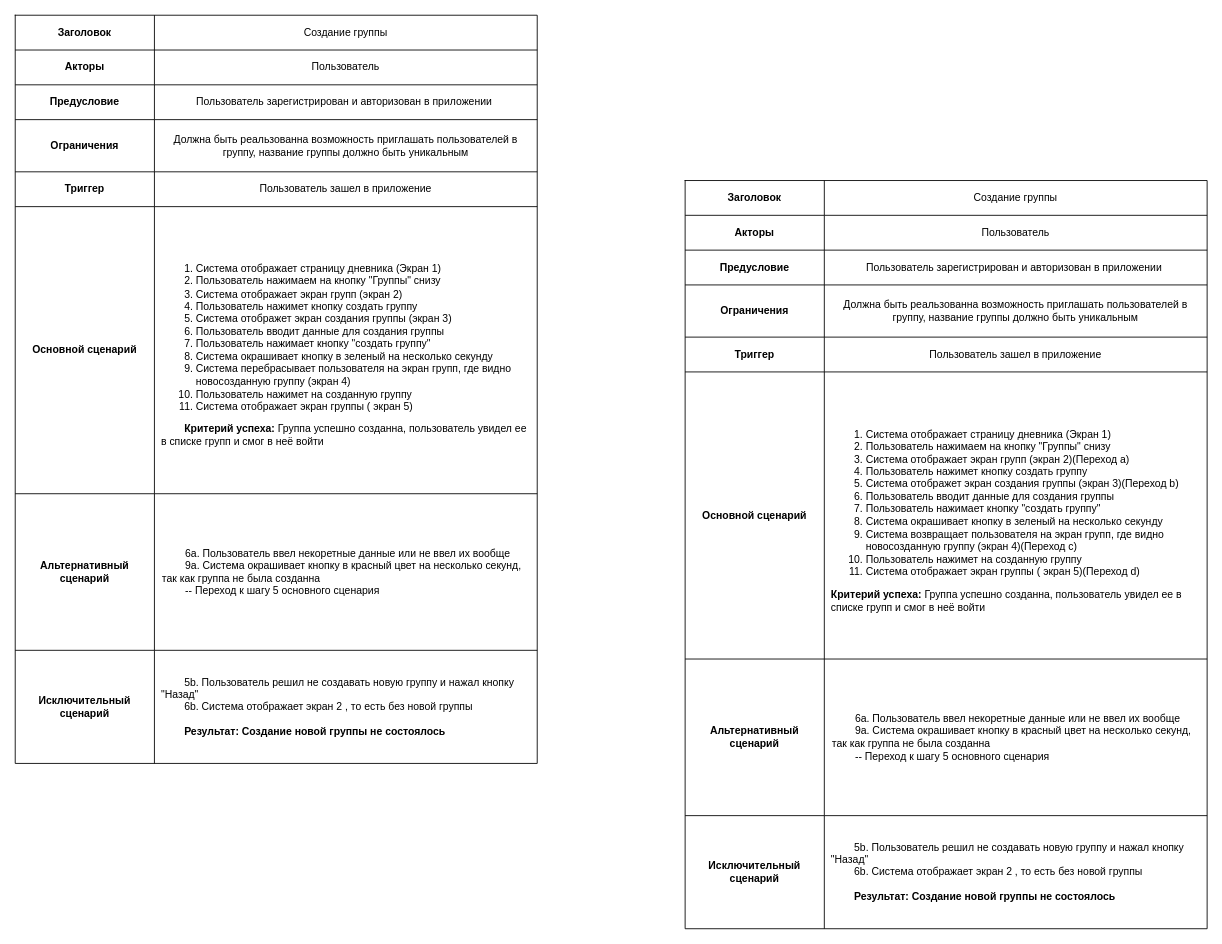
This is Panov_Alexandr/use case.drawio from abdullahproff/BSA21_1, a draw.io file, before an edit. Source tidied: cells renumbered, new cells numbered last; positions are measured from the earlier drawing's top-left corner, leaving out a move shared by most shapes. Both pictures are drawn from the tidied source at 87%, with x=0, y=0 at pixel (15, 15).
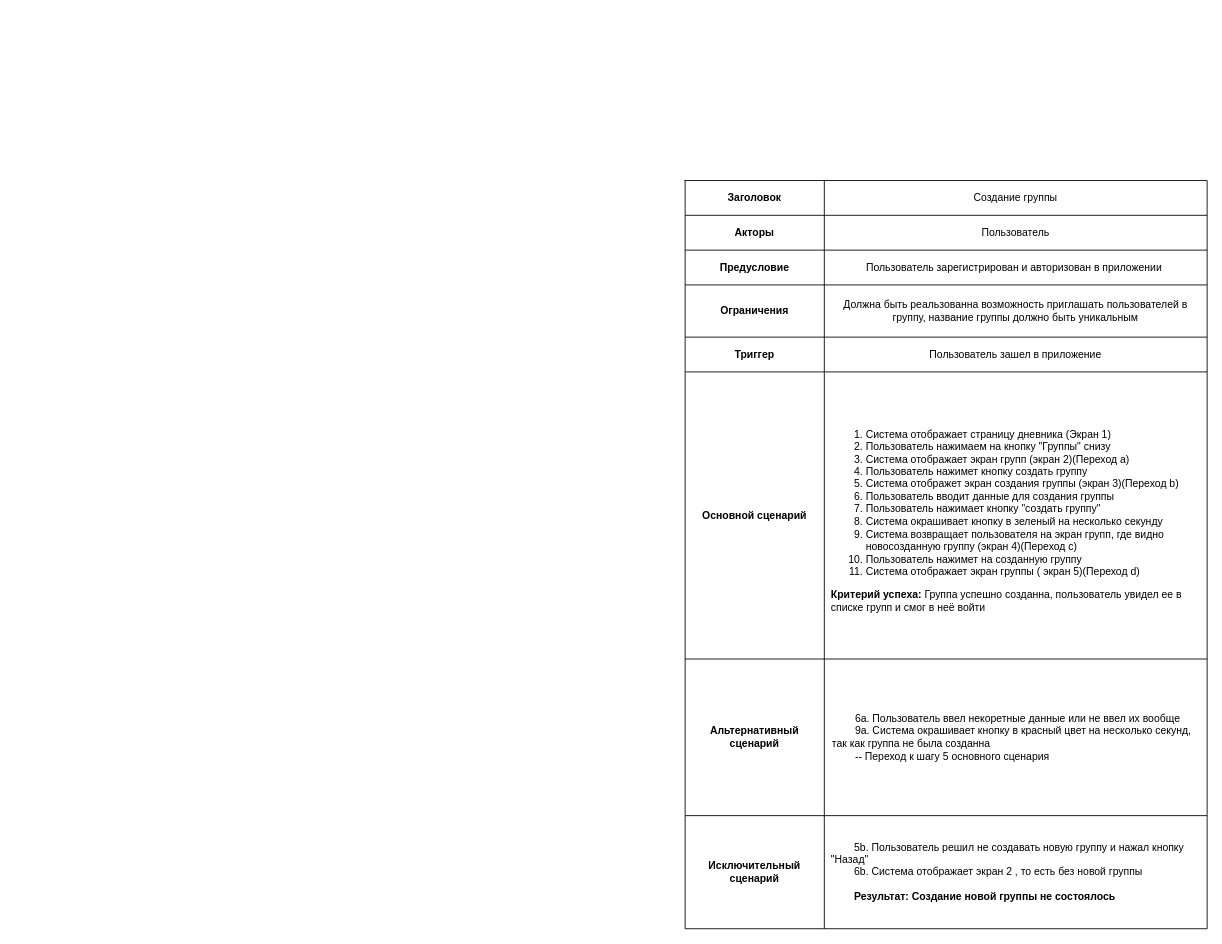
The same page after the edit.

Commit message (it also covers changes not shown here):
Panov chchc

What changed in the source:
```diff
@@
-    <mxCell id="2" style="shape=table;startSize=0;childLayout=tableLayout;" parent="1" vertex="1">
-      <mxGeometry width="600" height="860" as="geometry" />
-    </mxCell>
-    <mxCell id="3" style="shape=tableRow;horizontal=0;startSize=0;swimlaneHead=0;swimlaneBody=0;strokeColor=inherit;top=0;left=0;bottom=0;right=0;fillColor=none;" parent="2" vertex="1">
-      <mxGeometry width="600" height="40" as="geometry" />
-    </mxCell>
-    <mxCell id="4" value="&lt;b&gt;Заголовок&lt;/b&gt;" style="shape=partialRectangle;html=1;whiteSpace=wrap;strokeColor=inherit;overflow=hidden;fillColor=none;top=0;left=0;bottom=0;right=0;" parent="3" vertex="1">
-      <mxGeometry width="160" height="40" as="geometry" />
-    </mxCell>
-    <mxCell id="5" value="Создание группы" style="shape=partialRectangle;html=1;whiteSpace=wrap;strokeColor=inherit;overflow=hidden;fillColor=none;top=0;left=0;bottom=0;right=0;spacingLeft=7;spacingRight=7;" parent="3" vertex="1">
-      <mxGeometry x="160" width="440" height="40" as="geometry" />
-    </mxCell>
-    <mxCell id="6" style="shape=tableRow;horizontal=0;startSize=0;swimlaneHead=0;swimlaneBody=0;strokeColor=inherit;top=0;left=0;bottom=0;right=0;fillColor=none;" parent="2" vertex="1">
-      <mxGeometry y="40" width="600" height="40" as="geometry" />
-    </mxCell>
-    <mxCell id="7" value="&lt;b&gt;Акторы&lt;/b&gt;" style="shape=partialRectangle;html=1;whiteSpace=wrap;strokeColor=inherit;overflow=hidden;fillColor=none;top=0;left=0;bottom=0;right=0;" parent="6" vertex="1">
-      <mxGeometry width="160" height="40" as="geometry" />
-    </mxCell>
-    <mxCell id="8" value="Пользователь" style="shape=partialRectangle;html=1;whiteSpace=wrap;strokeColor=inherit;overflow=hidden;fillColor=none;top=0;left=0;bottom=0;right=0;spacingLeft=7;spacingRight=7;" parent="6" vertex="1">
-      <mxGeometry x="160" width="440" height="40" as="geometry" />
-    </mxCell>
-    <mxCell id="9" style="shape=tableRow;horizontal=0;startSize=0;swimlaneHead=0;swimlaneBody=0;strokeColor=inherit;top=0;left=0;bottom=0;right=0;fillColor=none;" parent="2" vertex="1">
-      <mxGeometry y="80" width="600" height="40" as="geometry" />
-    </mxCell>
-    <mxCell id="10" value="&lt;b&gt;Предусловие&lt;/b&gt;" style="shape=partialRectangle;html=1;whiteSpace=wrap;strokeColor=inherit;overflow=hidden;fillColor=none;top=0;left=0;bottom=0;right=0;" parent="9" vertex="1">
-      <mxGeometry width="160" height="40" as="geometry" />
-    </mxCell>
-    <mxCell id="11" value="Пользователь зарегистрирован и авторизован в приложении&amp;nbsp;" style="shape=partialRectangle;html=1;whiteSpace=wrap;strokeColor=inherit;overflow=hidden;fillColor=none;top=0;left=0;bottom=0;right=0;spacingLeft=7;spacingRight=7;" parent="9" vertex="1">
-      <mxGeometry x="160" width="440" height="40" as="geometry" />
-    </mxCell>
-    <mxCell id="12" style="shape=tableRow;horizontal=0;startSize=0;swimlaneHead=0;swimlaneBody=0;strokeColor=inherit;top=0;left=0;bottom=0;right=0;fillColor=none;" parent="2" vertex="1">
-      <mxGeometry y="120" width="600" height="60" as="geometry" />
-    </mxCell>
-    <mxCell id="13" value="&lt;b&gt;Ограничения&lt;/b&gt;" style="shape=partialRectangle;html=1;whiteSpace=wrap;strokeColor=inherit;overflow=hidden;fillColor=none;top=0;left=0;bottom=0;right=0;" parent="12" vertex="1">
-      <mxGeometry width="160" height="60" as="geometry" />
-    </mxCell>
-    <mxCell id="14" value="Должна быть реальзованна возможность приглашать пользователей в группу, название группы должно быть уникальным" style="shape=partialRectangle;html=1;whiteSpace=wrap;strokeColor=inherit;overflow=hidden;fillColor=none;top=0;left=0;bottom=0;right=0;spacingLeft=7;spacingRight=7;" parent="12" vertex="1">
-      <mxGeometry x="160" width="440" height="60" as="geometry" />
-    </mxCell>
-    <mxCell id="15" style="shape=tableRow;horizontal=0;startSize=0;swimlaneHead=0;swimlaneBody=0;strokeColor=inherit;top=0;left=0;bottom=0;right=0;fillColor=none;" parent="2" vertex="1">
-      <mxGeometry y="180" width="600" height="40" as="geometry" />
-    </mxCell>
-    <mxCell id="16" value="&lt;b&gt;Триггер&lt;/b&gt;" style="shape=partialRectangle;html=1;whiteSpace=wrap;strokeColor=inherit;overflow=hidden;fillColor=none;top=0;left=0;bottom=0;right=0;" parent="15" vertex="1">
-      <mxGeometry width="160" height="40" as="geometry" />
-    </mxCell>
-    <mxCell id="17" value="Пользователь зашел в приложение" style="shape=partialRectangle;html=1;whiteSpace=wrap;strokeColor=inherit;overflow=hidden;fillColor=none;top=0;left=0;bottom=0;right=0;spacingLeft=7;spacingRight=7;" parent="15" vertex="1">
-      <mxGeometry x="160" width="440" height="40" as="geometry" />
-    </mxCell>
-    <mxCell id="18" style="shape=tableRow;horizontal=0;startSize=0;swimlaneHead=0;swimlaneBody=0;strokeColor=inherit;top=0;left=0;bottom=0;right=0;fillColor=none;" parent="2" vertex="1">
-      <mxGeometry y="220" width="600" height="330" as="geometry" />
-    </mxCell>
-    <mxCell id="19" value="&lt;b&gt;Основной сценарий&lt;/b&gt;" style="shape=partialRectangle;html=1;whiteSpace=wrap;strokeColor=inherit;overflow=hidden;fillColor=none;top=0;left=0;bottom=0;right=0;" parent="18" vertex="1">
-      <mxGeometry width="160" height="330" as="geometry" />
-    </mxCell>
-    <mxCell id="20" value="&lt;ol style=&quot;text-align: left;&quot;&gt;&lt;li&gt;Система отображает страницу дневника (Экран 1)&lt;/li&gt;&lt;li&gt;Пользователь нажимаем на кнопку &quot;Группы&quot; снизу&lt;/li&gt;&lt;li&gt;Система отображает экран групп (экран 2)&lt;/li&gt;&lt;li&gt;Пользователь нажимет кнопку создать группу&lt;/li&gt;&lt;li&gt;Система отображет экран создания группы (экран 3)&lt;/li&gt;&lt;li&gt;Пользователь вводит данные для создания группы&lt;/li&gt;&lt;li&gt;Пользователь нажимает кнопку &quot;создать группу&quot;&lt;/li&gt;&lt;li&gt;Система окрашивает кнопку в зеленый на несколько секунду&lt;/li&gt;&lt;li&gt;Система перебрасывает пользователя на экран групп, где видно новосозданную группу (экран 4)&lt;/li&gt;&lt;li&gt;Пользователь нажимет на созданную группу&lt;/li&gt;&lt;li&gt;Система отображает экран группы ( экран 5)&lt;/li&gt;&lt;/ol&gt;&lt;span style=&quot;background-color: initial;&quot;&gt;&lt;div style=&quot;text-align: left;&quot;&gt;&lt;b style=&quot;font-weight: bold; background-color: initial;&quot;&gt;&lt;span style=&quot;white-space: pre;&quot;&gt;&#9;&lt;/span&gt;&lt;/b&gt;&lt;b style=&quot;font-weight: bold; background-color: initial; text-align: center;&quot;&gt;Критерий успеха: &lt;/b&gt;&lt;span style=&quot;background-color: initial; text-align: center;&quot;&gt;Группа успешно созданна, пользователь увидел ее в списке групп и смог в неё войти&lt;/span&gt;&lt;/div&gt;&lt;/span&gt;" style="shape=partialRectangle;html=1;whiteSpace=wrap;strokeColor=inherit;overflow=hidden;fillColor=none;top=0;left=0;bottom=0;right=0;spacingLeft=7;spacingRight=7;" parent="18" vertex="1">
-      <mxGeometry x="160" width="440" height="330" as="geometry" />
-    </mxCell>
-    <mxCell id="21" style="shape=tableRow;horizontal=0;startSize=0;swimlaneHead=0;swimlaneBody=0;strokeColor=inherit;top=0;left=0;bottom=0;right=0;fillColor=none;" parent="2" vertex="1">
-      <mxGeometry y="550" width="600" height="180" as="geometry" />
-    </mxCell>
-    <mxCell id="22" value="&lt;b&gt;Альтернативный сценарий&lt;/b&gt;" style="shape=partialRectangle;html=1;whiteSpace=wrap;strokeColor=inherit;overflow=hidden;fillColor=none;top=0;left=0;bottom=0;right=0;" parent="21" vertex="1">
-      <mxGeometry width="160" height="180" as="geometry" />
-    </mxCell>
-    <mxCell id="23" value="&lt;span style=&quot;background-color: initial;&quot;&gt;&lt;span style=&quot;white-space: pre;&quot;&gt;&#9;&lt;/span&gt;6а. Пользователь ввел некоретные данные или не ввел их вообще&lt;/span&gt;&lt;br&gt;&lt;span style=&quot;background-color: initial;&quot;&gt;&lt;span style=&quot;white-space: pre;&quot;&gt;&#9;&lt;/span&gt;9а. Система окрашивает кнопку в красный цвет на несколько секунд, так как группа не была созданна&lt;/span&gt;&lt;br&gt;&lt;span style=&quot;white-space: pre;&quot;&gt;&#9;&lt;/span&gt;-- Переход к шагу 5 основного сценария" style="shape=partialRectangle;html=1;whiteSpace=wrap;strokeColor=inherit;overflow=hidden;fillColor=none;top=0;left=0;bottom=0;right=0;align=left;spacingLeft=7;spacingRight=7;" parent="21" vertex="1">
-      <mxGeometry x="160" width="440" height="180" as="geometry" />
-    </mxCell>
-    <mxCell id="24" style="shape=tableRow;horizontal=0;startSize=0;swimlaneHead=0;swimlaneBody=0;strokeColor=inherit;top=0;left=0;bottom=0;right=0;fillColor=none;" parent="2" vertex="1">
-      <mxGeometry y="730" width="600" height="130" as="geometry" />
-    </mxCell>
-    <mxCell id="25" value="&lt;b&gt;Исключительный сценарий&lt;/b&gt;" style="shape=partialRectangle;html=1;whiteSpace=wrap;strokeColor=inherit;overflow=hidden;fillColor=none;top=0;left=0;bottom=0;right=0;" parent="24" vertex="1">
-      <mxGeometry width="160" height="130" as="geometry" />
-    </mxCell>
-    <mxCell id="26" value="&lt;div style=&quot;text-align: left;&quot;&gt;&lt;span style=&quot;background-color: initial;&quot;&gt;&lt;span style=&quot;white-space: pre;&quot;&gt;&#9;&lt;/span&gt;5b. Пользователь решил не создавать новую группу и нажал кнопку &quot;Назад&quot;&lt;/span&gt;&lt;/div&gt;&lt;div style=&quot;text-align: left;&quot;&gt;&lt;span style=&quot;background-color: initial;&quot;&gt;&lt;span style=&quot;white-space: pre;&quot;&gt;&#9;&lt;/span&gt;6b. Система отображает экран 2 , то есть без новой группы&lt;br&gt;&lt;/span&gt;&lt;/div&gt;&lt;div&gt;&lt;span style=&quot;text-align: left;&quot;&gt;&lt;br&gt;&lt;/span&gt;&lt;/div&gt;&lt;div style=&quot;text-align: left;&quot;&gt;&lt;b style=&quot;background-color: initial;&quot;&gt;&lt;span style=&quot;white-space: pre;&quot;&gt;&#9;&lt;/span&gt;Результат&lt;/b&gt;&lt;b style=&quot;background-color: initial;&quot;&gt;: Создание новой группы не состоялось&lt;/b&gt;&lt;span style=&quot;text-align: left;&quot;&gt;&lt;br&gt;&lt;/span&gt;&lt;/div&gt;" style="shape=partialRectangle;html=1;whiteSpace=wrap;strokeColor=inherit;overflow=hidden;fillColor=none;top=0;left=0;bottom=0;right=0;spacingLeft=7;spacingRight=7;" parent="24" vertex="1">
-      <mxGeometry x="160" width="440" height="130" as="geometry" />
-    </mxCell>
```
